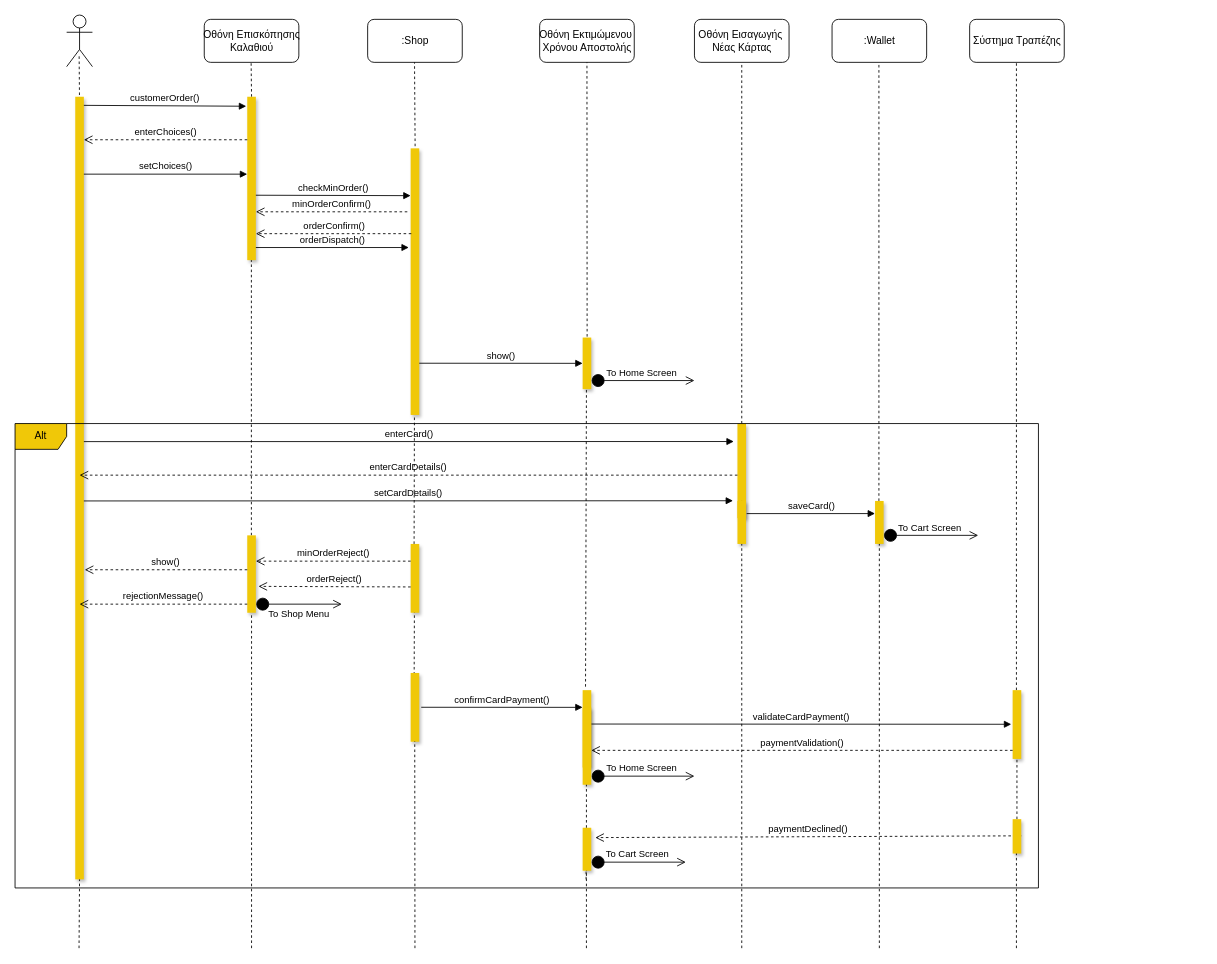
This is docs/contributions/Kout-ou/Phase 4/order_payment.drawio from iloudaros/nomnomr, a draw.io file, before an edit. Source tidied: cells renumbered, new cells numbered last; positions are measured from the earlier drawing's top-left corner, leaving out a move shared by most shapes. Both pictures are drawn from the tidied source at 86%, with x=0, y=0 at pixel (15, 15).
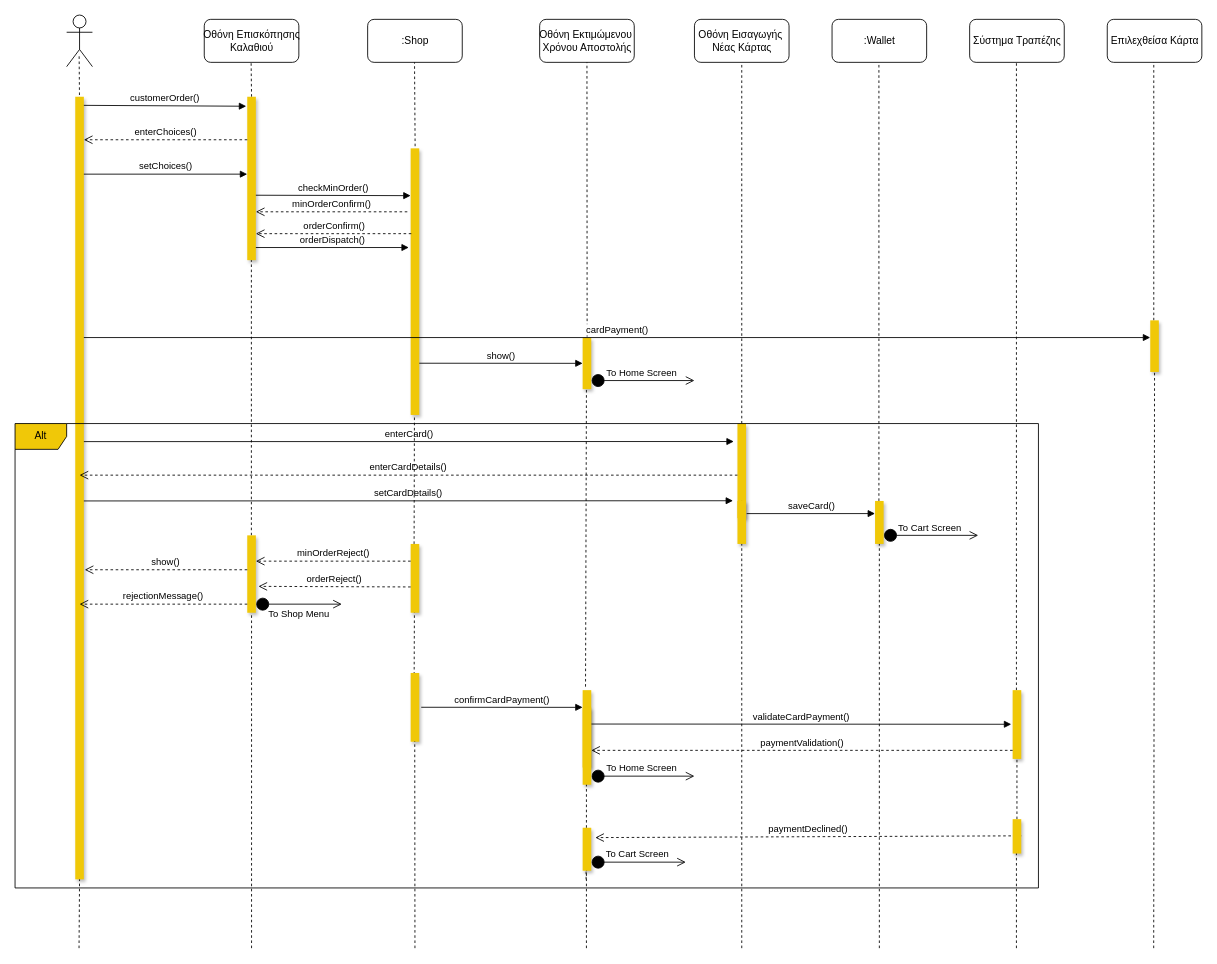
Above is the later version.

Commit message:
Updated Order Payment Sequence

The edit, as a diff of the source:
```diff
@@
+    <mxCell id="73" style="endArrow=none;dashed=1;html=1;rounded=0;entryX=0.5;entryY=1;entryDx=0;entryDy=0;startArrow=none;" parent="1" edge="1" source="75">
+      <mxGeometry relative="1" as="geometry">
+        <mxPoint x="1324.1" y="45" as="targetPoint" />
+      </mxGeometry>
+    </mxCell>
@@
+    <mxCell id="74" value="Επιλεχθείσα Κάρτα" style="html=1;rounded=1;" parent="1" vertex="1">
+      <mxGeometry x="1270" y="5" width="110" height="50" as="geometry" />
+    </mxCell>
+    <mxCell id="75" style="html=1;points=[];perimeter=orthogonalPerimeter;rounded=0;shadow=1;fillColor=#F0C808;strokeColor=none;" parent="1" vertex="1">
+      <mxGeometry x="1320" y="355" width="10" height="60" as="geometry" />
+    </mxCell>
+    <mxCell id="76" style="endArrow=none;dashed=1;html=1;rounded=0;entryX=0.5;entryY=1;entryDx=0;entryDy=0;startArrow=none;" parent="1" edge="1" target="75">
+      <mxGeometry relative="1" as="geometry">
+        <mxPoint x="1324" y="1085" as="sourcePoint" />
+      </mxGeometry>
+    </mxCell>
+    <mxCell id="77" value="cardPayment()" style="html=1;verticalAlign=bottom;endArrow=block;rounded=0;" parent="1" edge="1" target="75">
+      <mxGeometry relative="1" as="geometry">
+        <mxPoint x="80" y="375" as="sourcePoint" />
+      </mxGeometry>
+    </mxCell>
```
